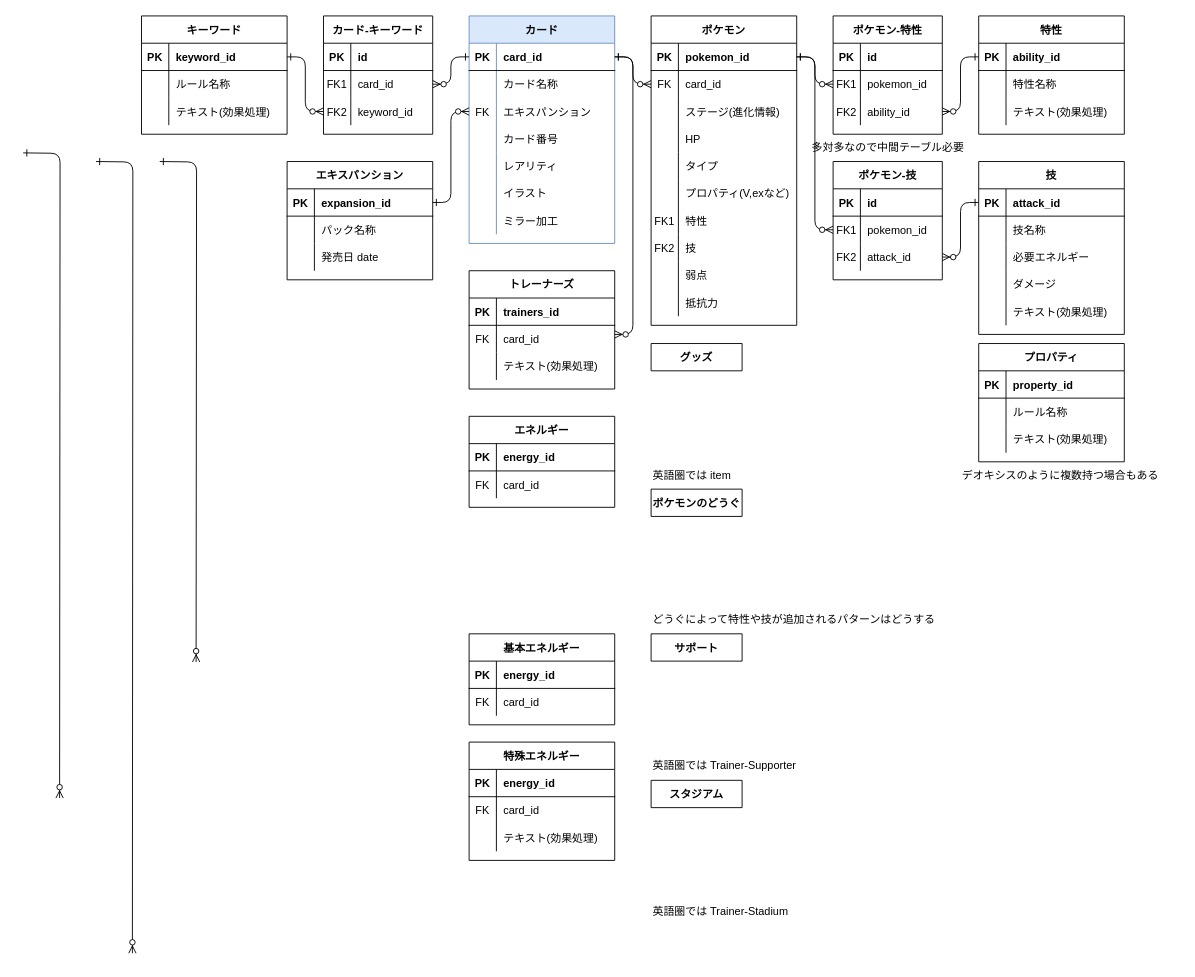
Earlier version of the draw.io diagram page "ER図ver2" (4 of 10) of データベース草案.drawio (tinatamago/ptcg). Source tidied: cells renumbered, new cells numbered last; positions are measured from the earlier drawing's top-left corner, leaving out a move shared by most shapes. Both pictures are drawn from the tidied source at 91%, with x=0, y=0 at pixel (23, 15).
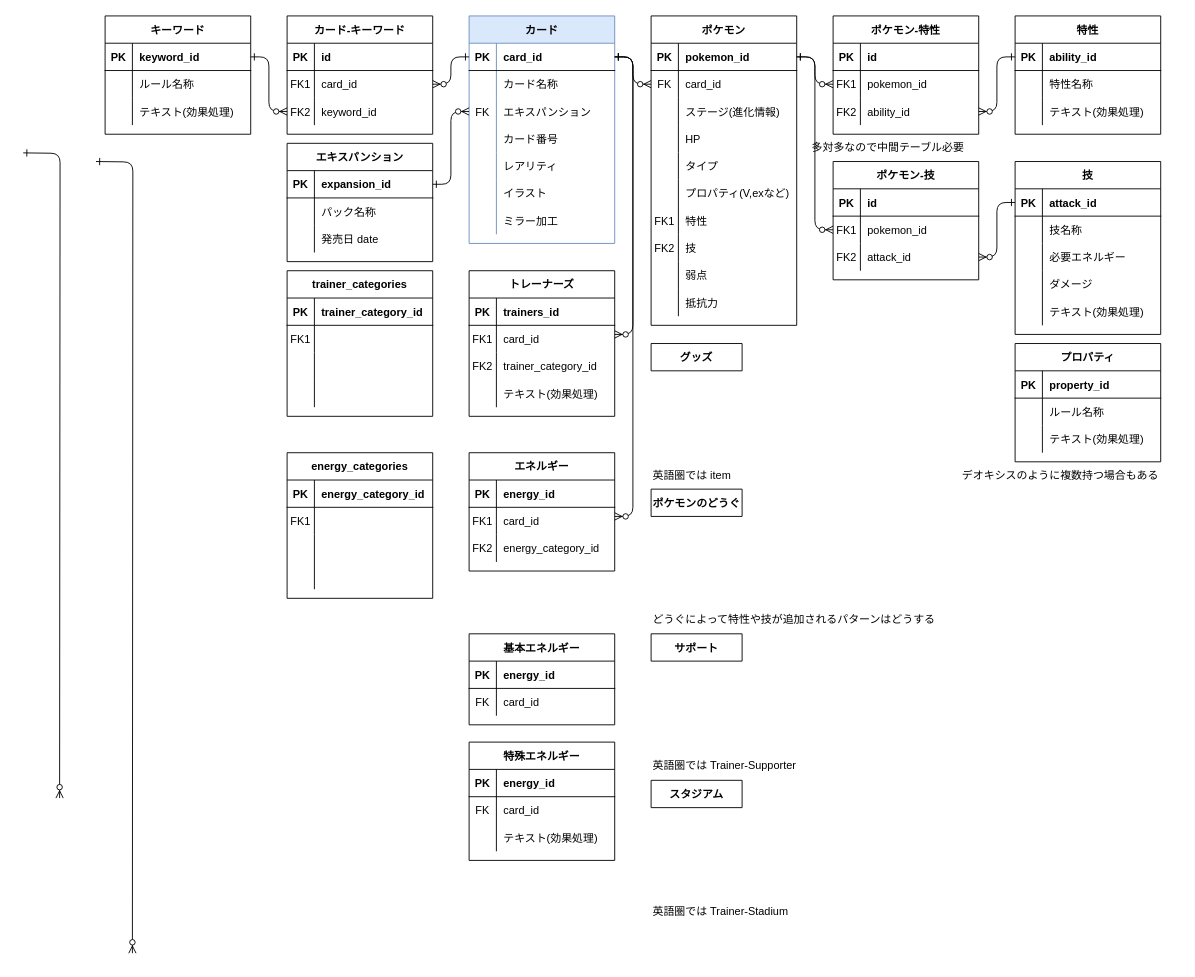
After the change.

Commit message:
データベース草案.drawio を更新します

Unchanged cells that the change refers to:
```xml
<mxCell id="30" style="shape=partialRectangle;fillColor=none;points=[[0,0.5],[1,0.5]];portConstraint=eastwest;top=0;left=0;right=0;bottom=1;" parent="29" vertex="1">
  <mxGeometry y="30" width="160" height="30" as="geometry" />
</mxCell>
<mxCell id="133" style="shape=partialRectangle;fillColor=none;points=[[0,0.5],[1,0.5]];portConstraint=eastwest;top=0;left=0;right=0;bottom=0;" parent="129" vertex="1">
  <mxGeometry y="60" width="160" height="30" as="geometry" />
</mxCell>
<mxCell id="194" style="shape=partialRectangle;fillColor=none;points=[[0,0.5],[1,0.5]];portConstraint=eastwest;top=0;left=0;right=0;bottom=0;" parent="190" vertex="1">
  <mxGeometry y="60" width="160" height="30" as="geometry" />
</mxCell>
```

What changed in the source:
```diff
@@
     <mxCell id="3" value="特性" style="shape=table;startSize=30;childLayout=tableLayout;rowLines=0;fontStyle=1;align=center;" parent="1" vertex="1">
-      <mxGeometry x="1050" width="160" height="130" as="geometry" />
+      <mxGeometry x="1090" width="160" height="130" as="geometry" />
     </mxCell>
@@
     <mxCell id="13" value="技" style="shape=table;startSize=30;childLayout=tableLayout;rowLines=0;fontStyle=1;align=center;" parent="1" vertex="1">
-      <mxGeometry x="1050" y="160" width="160" height="190" as="geometry" />
+      <mxGeometry x="1090" y="160" width="160" height="190" as="geometry" />
     </mxCell>
@@
     <mxCell id="83" value="プロパティ" style="shape=table;startSize=30;childLayout=tableLayout;rowLines=0;fontStyle=1;align=center;" parent="1" vertex="1">
-      <mxGeometry x="1050" y="360" width="160" height="130" as="geometry" />
+      <mxGeometry x="1090" y="360" width="160" height="130" as="geometry" />
     </mxCell>
@@
     <mxCell id="93" value="ポケモン-特性" style="shape=table;startSize=30;childLayout=tableLayout;rowLines=0;fontStyle=1;align=center;" parent="1" vertex="1">
-      <mxGeometry x="890" width="120" height="130" as="geometry" />
+      <mxGeometry x="890" width="160" height="130" as="geometry" />
     </mxCell>
     <mxCell id="94" style="shape=partialRectangle;fillColor=none;top=0;left=0;right=0;bottom=1;" parent="93" vertex="1">
-      <mxGeometry y="30" width="120" height="30" as="geometry" />
+      <mxGeometry y="30" width="160" height="30" as="geometry" />
     </mxCell>
@@
     <mxCell id="96" value="id" style="shape=partialRectangle;overflow=hidden;fillColor=none;top=0;left=0;bottom=0;right=0;align=left;spacingLeft=6;fontStyle=1;" parent="94" vertex="1">
-      <mxGeometry x="30" width="90" height="30" as="geometry" />
+      <mxGeometry x="30" width="130" height="30" as="geometry" />
     </mxCell>
     <mxCell id="97" style="shape=partialRectangle;fillColor=none;points=[[0,0.5],[1,0.5]];portConstraint=eastwest;top=0;left=0;right=0;bottom=0;" parent="93" vertex="1">
-      <mxGeometry y="60" width="120" height="30" as="geometry" />
+      <mxGeometry y="60" width="160" height="30" as="geometry" />
     </mxCell>
@@
     <mxCell id="99" value="pokemon_id" style="shape=partialRectangle;overflow=hidden;fillColor=none;top=0;left=0;bottom=0;right=0;align=left;spacingLeft=6;" parent="97" vertex="1">
-      <mxGeometry x="30" width="90" height="30" as="geometry" />
+      <mxGeometry x="30" width="130" height="30" as="geometry" />
     </mxCell>
     <mxCell id="100" style="shape=partialRectangle;fillColor=none;points=[[0,0.5],[1,0.5]];portConstraint=eastwest;top=0;left=0;right=0;bottom=0;" parent="93" vertex="1">
-      <mxGeometry y="90" width="120" height="30" as="geometry" />
+      <mxGeometry y="90" width="160" height="30" as="geometry" />
     </mxCell>
@@
     <mxCell id="102" value="ability_id" style="shape=partialRectangle;overflow=hidden;fillColor=none;top=0;left=0;bottom=0;right=0;align=left;spacingLeft=6;" parent="100" vertex="1">
-      <mxGeometry x="30" width="90" height="30" as="geometry" />
+      <mxGeometry x="30" width="130" height="30" as="geometry" />
     </mxCell>
@@
     <mxCell id="104" value="ポケモン-技" style="shape=table;startSize=30;childLayout=tableLayout;rowLines=0;fontStyle=1;align=center;" parent="1" vertex="1">
-      <mxGeometry x="890" y="160" width="120" height="130" as="geometry" />
+      <mxGeometry x="890" y="160" width="160" height="130" as="geometry" />
     </mxCell>
     <mxCell id="105" style="shape=partialRectangle;fillColor=none;top=0;left=0;right=0;bottom=1;" parent="104" vertex="1">
-      <mxGeometry y="30" width="120" height="30" as="geometry" />
+      <mxGeometry y="30" width="160" height="30" as="geometry" />
     </mxCell>
@@
     <mxCell id="107" value="id" style="shape=partialRectangle;overflow=hidden;fillColor=none;top=0;left=0;bottom=0;right=0;align=left;spacingLeft=6;fontStyle=1;" parent="105" vertex="1">
-      <mxGeometry x="30" width="90" height="30" as="geometry" />
+      <mxGeometry x="30" width="130" height="30" as="geometry" />
     </mxCell>
     <mxCell id="108" style="shape=partialRectangle;fillColor=none;points=[[0,0.5],[1,0.5]];portConstraint=eastwest;top=0;left=0;right=0;bottom=0;" parent="104" vertex="1">
-      <mxGeometry y="60" width="120" height="30" as="geometry" />
+      <mxGeometry y="60" width="160" height="30" as="geometry" />
     </mxCell>
@@
     <mxCell id="110" value="pokemon_id" style="shape=partialRectangle;overflow=hidden;fillColor=none;top=0;left=0;bottom=0;right=0;align=left;spacingLeft=6;" parent="108" vertex="1">
-      <mxGeometry x="30" width="90" height="30" as="geometry" />
+      <mxGeometry x="30" width="130" height="30" as="geometry" />
     </mxCell>
     <mxCell id="111" style="shape=partialRectangle;fillColor=none;points=[[0,0.5],[1,0.5]];portConstraint=eastwest;top=0;left=0;right=0;bottom=0;" parent="104" vertex="1">
-      <mxGeometry y="90" width="120" height="30" as="geometry" />
+      <mxGeometry y="90" width="160" height="30" as="geometry" />
     </mxCell>
@@
     <mxCell id="113" value="attack_id" style="shape=partialRectangle;overflow=hidden;fillColor=none;top=0;left=0;bottom=0;right=0;align=left;spacingLeft=6;" parent="111" vertex="1">
-      <mxGeometry x="30" width="90" height="30" as="geometry" />
+      <mxGeometry x="30" width="130" height="30" as="geometry" />
     </mxCell>
@@
-    <mxCell id="123" style="edgeStyle=orthogonalEdgeStyle;endArrow=ERzeroToMany;startArrow=ERone;endFill=1;startFill=0;" parent="1" edge="1">
+    <mxCell id="123" style="edgeStyle=orthogonalEdgeStyle;endArrow=ERzeroToMany;startArrow=ERone;endFill=1;startFill=0;" parent="1" edge="1" source="30" target="194">
       <mxGeometry relative="1" as="geometry">
-        <mxPoint x="150" y="160" as="sourcePoint" />
-        <mxPoint x="190" y="710" as="targetPoint" />
+        <Array as="points">
+          <mxPoint x="670" y="45" />
+          <mxPoint x="670" y="550" />
+        </Array>
       </mxGeometry>
     </mxCell>
@@
     <mxCell id="129" value="トレーナーズ" style="shape=table;startSize=30;childLayout=tableLayout;rowLines=0;fontStyle=1;align=center;" parent="1" vertex="1">
-      <mxGeometry x="490" y="280" width="160" height="130" as="geometry" />
+      <mxGeometry x="490" y="280" width="160" height="160" as="geometry" />
     </mxCell>
@@
-    <mxCell id="134" value="FK" style="shape=partialRectangle;overflow=hidden;fillColor=none;top=0;left=0;bottom=0;right=0;" parent="133" vertex="1">
+    <mxCell id="134" value="FK1" style="shape=partialRectangle;overflow=hidden;fillColor=none;top=0;left=0;bottom=0;right=0;" parent="133" vertex="1">
       <mxGeometry width="30" height="30" as="geometry" />
     </mxCell>
@@
+    <mxCell id="197" style="shape=partialRectangle;fillColor=none;top=0;left=0;right=0;bottom=0;" parent="129" vertex="1">
+      <mxGeometry y="90" width="160" height="30" as="geometry" />
+    </mxCell>
+    <mxCell id="198" value="FK2" style="shape=partialRectangle;overflow=hidden;fillColor=none;top=0;left=0;bottom=0;right=0;" parent="197" vertex="1">
+      <mxGeometry width="30" height="30" as="geometry" />
+    </mxCell>
+    <mxCell id="199" value="trainer_category_id" style="shape=partialRectangle;overflow=hidden;fillColor=none;top=0;left=0;bottom=0;right=0;align=left;spacingLeft=6;" parent="197" vertex="1">
+      <mxGeometry x="30" width="130" height="30" as="geometry" />
+    </mxCell>
     <mxCell id="136" style="shape=partialRectangle;fillColor=none;top=0;left=0;right=0;bottom=0;" parent="129" vertex="1">
-      <mxGeometry y="90" width="160" height="30" as="geometry" />
+      <mxGeometry y="120" width="160" height="30" as="geometry" />
     </mxCell>
@@
     <mxCell id="157" value="キーワード" style="shape=table;startSize=30;childLayout=tableLayout;rowLines=0;fontStyle=1;align=center;" parent="1" vertex="1">
-      <mxGeometry x="130" width="160" height="130" as="geometry" />
+      <mxGeometry x="90" width="160" height="130" as="geometry" />
     </mxCell>
@@
     <mxCell id="167" value="カード-キーワード" style="shape=table;startSize=30;childLayout=tableLayout;rowLines=0;fontStyle=1;align=center;" parent="1" vertex="1">
-      <mxGeometry x="330" width="120" height="130" as="geometry" />
+      <mxGeometry x="290" width="160" height="130" as="geometry" />
     </mxCell>
     <mxCell id="168" style="shape=partialRectangle;fillColor=none;top=0;left=0;right=0;bottom=1;" parent="167" vertex="1">
-      <mxGeometry y="30" width="120" height="30" as="geometry" />
+      <mxGeometry y="30" width="160" height="30" as="geometry" />
     </mxCell>
@@
     <mxCell id="170" value="id" style="shape=partialRectangle;overflow=hidden;fillColor=none;top=0;left=0;bottom=0;right=0;align=left;spacingLeft=6;fontStyle=1;" parent="168" vertex="1">
-      <mxGeometry x="30" width="90" height="30" as="geometry" />
+      <mxGeometry x="30" width="130" height="30" as="geometry" />
     </mxCell>
     <mxCell id="171" style="shape=partialRectangle;fillColor=none;points=[[0,0.5],[1,0.5]];portConstraint=eastwest;top=0;left=0;right=0;bottom=0;" parent="167" vertex="1">
-      <mxGeometry y="60" width="120" height="30" as="geometry" />
+      <mxGeometry y="60" width="160" height="30" as="geometry" />
     </mxCell>
@@
     <mxCell id="173" value="card_id" style="shape=partialRectangle;overflow=hidden;fillColor=none;top=0;left=0;bottom=0;right=0;align=left;spacingLeft=6;" parent="171" vertex="1">
-      <mxGeometry x="30" width="90" height="30" as="geometry" />
+      <mxGeometry x="30" width="130" height="30" as="geometry" />
     </mxCell>
     <mxCell id="174" style="shape=partialRectangle;fillColor=none;points=[[0,0.5],[1,0.5]];portConstraint=eastwest;top=0;left=0;right=0;bottom=0;" parent="167" vertex="1">
-      <mxGeometry y="90" width="120" height="30" as="geometry" />
+      <mxGeometry y="90" width="160" height="30" as="geometry" />
     </mxCell>
@@
     <mxCell id="176" value="keyword_id" style="shape=partialRectangle;overflow=hidden;fillColor=none;top=0;left=0;bottom=0;right=0;align=left;spacingLeft=6;" parent="174" vertex="1">
-      <mxGeometry x="30" width="90" height="30" as="geometry" />
+      <mxGeometry x="30" width="130" height="30" as="geometry" />
     </mxCell>
     <mxCell id="177" value="エキスパンション" style="shape=table;startSize=30;childLayout=tableLayout;rowLines=0;fontStyle=1;align=center;" parent="1" vertex="1">
-      <mxGeometry x="290" y="160" width="160" height="130" as="geometry" />
+      <mxGeometry x="290" y="140" width="160" height="130" as="geometry" />
     </mxCell>
@@
     <mxCell id="190" value="エネルギー" style="shape=table;startSize=30;childLayout=tableLayout;rowLines=0;fontStyle=1;align=center;" parent="1" vertex="1">
-      <mxGeometry x="490" y="440" width="160" height="100" as="geometry" />
+      <mxGeometry x="490" y="480" width="160" height="130" as="geometry" />
     </mxCell>
@@
-    <mxCell id="195" value="FK" style="shape=partialRectangle;overflow=hidden;fillColor=none;top=0;left=0;bottom=0;right=0;" parent="194" vertex="1">
+    <mxCell id="195" value="FK1" style="shape=partialRectangle;overflow=hidden;fillColor=none;top=0;left=0;bottom=0;right=0;" parent="194" vertex="1">
       <mxGeometry width="30" height="30" as="geometry" />
     </mxCell>
@@
+    <mxCell id="200" style="shape=partialRectangle;fillColor=none;top=0;left=0;right=0;bottom=0;" parent="190" vertex="1">
+      <mxGeometry y="90" width="160" height="30" as="geometry" />
+    </mxCell>
+    <mxCell id="201" value="FK2" style="shape=partialRectangle;overflow=hidden;fillColor=none;top=0;left=0;bottom=0;right=0;" parent="200" vertex="1">
+      <mxGeometry width="30" height="30" as="geometry" />
+    </mxCell>
+    <mxCell id="202" value="energy_category_id" style="shape=partialRectangle;overflow=hidden;fillColor=none;top=0;left=0;bottom=0;right=0;align=left;spacingLeft=6;" parent="200" vertex="1">
+      <mxGeometry x="30" width="130" height="30" as="geometry" />
+    </mxCell>
+    <mxCell id="203" value="trainer_categories" style="shape=table;startSize=30;childLayout=tableLayout;rowLines=0;fontStyle=1;align=center;" parent="1" vertex="1">
+      <mxGeometry x="290" y="280" width="160" height="160" as="geometry" />
+    </mxCell>
+    <mxCell id="204" style="shape=partialRectangle;fillColor=none;top=0;left=0;right=0;bottom=1;" parent="203" vertex="1">
+      <mxGeometry y="30" width="160" height="30" as="geometry" />
+    </mxCell>
+    <mxCell id="205" value="PK" style="shape=partialRectangle;overflow=hidden;fillColor=none;top=0;left=0;bottom=0;right=0;fontStyle=1;" parent="204" vertex="1">
+      <mxGeometry width="30" height="30" as="geometry" />
+    </mxCell>
+    <mxCell id="206" value="trainer_category_id" style="shape=partialRectangle;overflow=hidden;fillColor=none;top=0;left=0;bottom=0;right=0;align=left;spacingLeft=6;fontStyle=1;" parent="204" vertex="1">
+      <mxGeometry x="30" width="130" height="30" as="geometry" />
+    </mxCell>
+    <mxCell id="207" style="shape=partialRectangle;fillColor=none;top=0;left=0;right=0;bottom=0;" parent="203" vertex="1">
+      <mxGeometry y="60" width="160" height="30" as="geometry" />
+    </mxCell>
+    <mxCell id="208" value="FK1" style="shape=partialRectangle;overflow=hidden;fillColor=none;top=0;left=0;bottom=0;right=0;" parent="207" vertex="1">
+      <mxGeometry width="30" height="30" as="geometry" />
+    </mxCell>
+    <mxCell id="209" style="shape=partialRectangle;overflow=hidden;fillColor=none;top=0;left=0;bottom=0;right=0;align=left;spacingLeft=6;" parent="207" vertex="1">
+      <mxGeometry x="30" width="130" height="30" as="geometry" />
+    </mxCell>
+    <mxCell id="210" style="shape=partialRectangle;fillColor=none;top=0;left=0;right=0;bottom=0;" parent="203" vertex="1">
+      <mxGeometry y="90" width="160" height="30" as="geometry" />
+    </mxCell>
+    <mxCell id="211" style="shape=partialRectangle;overflow=hidden;fillColor=none;top=0;left=0;bottom=0;right=0;" parent="210" vertex="1">
+      <mxGeometry width="30" height="30" as="geometry" />
+    </mxCell>
+    <mxCell id="212" style="shape=partialRectangle;overflow=hidden;fillColor=none;top=0;left=0;bottom=0;right=0;align=left;spacingLeft=6;" parent="210" vertex="1">
+      <mxGeometry x="30" width="130" height="30" as="geometry" />
+    </mxCell>
+    <mxCell id="213" style="shape=partialRectangle;fillColor=none;top=0;left=0;right=0;bottom=0;" parent="203" vertex="1">
+      <mxGeometry y="120" width="160" height="30" as="geometry" />
+    </mxCell>
+    <mxCell id="214" style="shape=partialRectangle;overflow=hidden;fillColor=none;top=0;left=0;bottom=0;right=0;" parent="213" vertex="1">
+      <mxGeometry width="30" height="30" as="geometry" />
+    </mxCell>
+    <mxCell id="215" style="shape=partialRectangle;overflow=hidden;fillColor=none;top=0;left=0;bottom=0;right=0;align=left;spacingLeft=6;" parent="213" vertex="1">
+      <mxGeometry x="30" width="130" height="30" as="geometry" />
+    </mxCell>
+    <mxCell id="216" value="energy_categories" style="shape=table;startSize=30;childLayout=tableLayout;rowLines=0;fontStyle=1;align=center;" parent="1" vertex="1">
+      <mxGeometry x="290" y="480" width="160" height="160" as="geometry" />
+    </mxCell>
+    <mxCell id="217" style="shape=partialRectangle;fillColor=none;top=0;left=0;right=0;bottom=1;" parent="216" vertex="1">
+      <mxGeometry y="30" width="160" height="30" as="geometry" />
+    </mxCell>
+    <mxCell id="218" value="PK" style="shape=partialRectangle;overflow=hidden;fillColor=none;top=0;left=0;bottom=0;right=0;fontStyle=1;" parent="217" vertex="1">
+      <mxGeometry width="30" height="30" as="geometry" />
+    </mxCell>
+    <mxCell id="219" value="energy_category_id" style="shape=partialRectangle;overflow=hidden;fillColor=none;top=0;left=0;bottom=0;right=0;align=left;spacingLeft=6;fontStyle=1;" parent="217" vertex="1">
+      <mxGeometry x="30" width="130" height="30" as="geometry" />
+    </mxCell>
+    <mxCell id="220" style="shape=partialRectangle;fillColor=none;top=0;left=0;right=0;bottom=0;" parent="216" vertex="1">
+      <mxGeometry y="60" width="160" height="30" as="geometry" />
+    </mxCell>
+    <mxCell id="221" value="FK1" style="shape=partialRectangle;overflow=hidden;fillColor=none;top=0;left=0;bottom=0;right=0;" parent="220" vertex="1">
+      <mxGeometry width="30" height="30" as="geometry" />
+    </mxCell>
+    <mxCell id="222" style="shape=partialRectangle;overflow=hidden;fillColor=none;top=0;left=0;bottom=0;right=0;align=left;spacingLeft=6;" parent="220" vertex="1">
+      <mxGeometry x="30" width="130" height="30" as="geometry" />
+    </mxCell>
+    <mxCell id="223" style="shape=partialRectangle;fillColor=none;top=0;left=0;right=0;bottom=0;" parent="216" vertex="1">
+      <mxGeometry y="90" width="160" height="30" as="geometry" />
+    </mxCell>
+    <mxCell id="224" style="shape=partialRectangle;overflow=hidden;fillColor=none;top=0;left=0;bottom=0;right=0;" parent="223" vertex="1">
+      <mxGeometry width="30" height="30" as="geometry" />
+    </mxCell>
+    <mxCell id="225" style="shape=partialRectangle;overflow=hidden;fillColor=none;top=0;left=0;bottom=0;right=0;align=left;spacingLeft=6;" parent="223" vertex="1">
+      <mxGeometry x="30" width="130" height="30" as="geometry" />
+    </mxCell>
+    <mxCell id="226" style="shape=partialRectangle;fillColor=none;top=0;left=0;right=0;bottom=0;" parent="216" vertex="1">
+      <mxGeometry y="120" width="160" height="30" as="geometry" />
+    </mxCell>
+    <mxCell id="227" style="shape=partialRectangle;overflow=hidden;fillColor=none;top=0;left=0;bottom=0;right=0;" parent="226" vertex="1">
+      <mxGeometry width="30" height="30" as="geometry" />
+    </mxCell>
+    <mxCell id="228" style="shape=partialRectangle;overflow=hidden;fillColor=none;top=0;left=0;bottom=0;right=0;align=left;spacingLeft=6;" parent="226" vertex="1">
+      <mxGeometry x="30" width="130" height="30" as="geometry" />
+    </mxCell>
```
